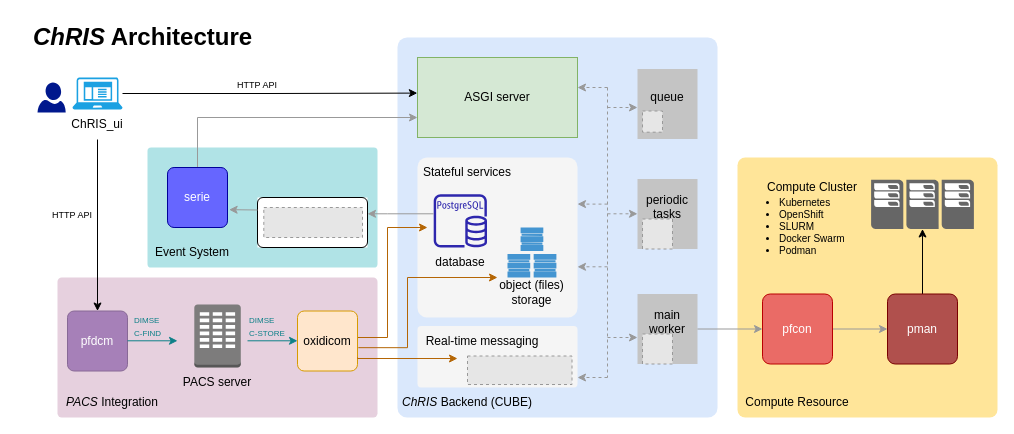
The draw.io diagram static/img/figures/ChRIS_architecture.drawio in FNNDSC/chrisproject.org, before the edit. Source tidied: cells renumbered, new cells numbered last; positions are measured from the earlier drawing's top-left corner, leaving out a move shared by most shapes. Both pictures are drawn from the tidied source at 100%, with x=0, y=0 at pixel (17, 17). Pictures stored in the file or linked from it are replaced by grey dashed boxes.
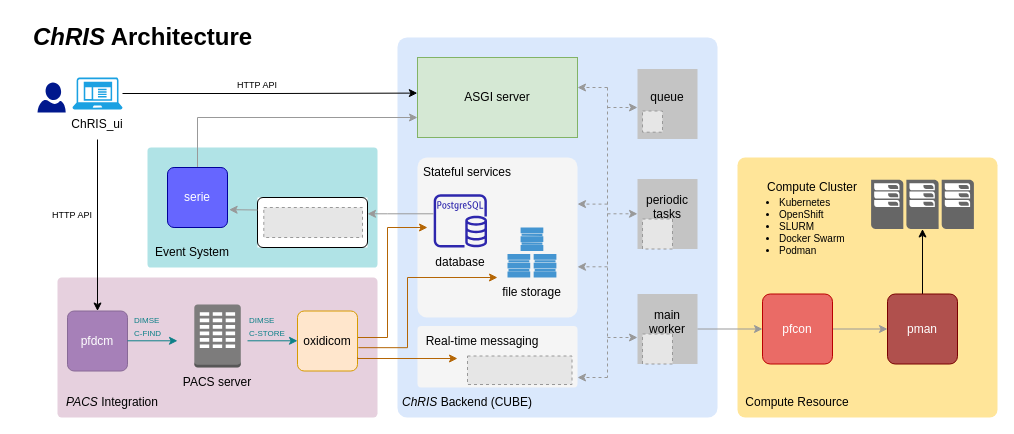
The same page after the edit.

Commit message (it also covers changes not shown here):
Change "object files storage" to just "files storage"

The change refers to these unchanged cells:
```xml
<mxCell id="8" style="group;" parent="1" vertex="1">
  <mxGeometry x="400" y="140" width="160" height="240" as="geometry" />
</mxCell>
```

What changed in the source:
```diff
@@
-    <mxCell id="14" value="object (files) storage" style="text;html=1;strokeColor=none;fillColor=none;align=center;verticalAlign=middle;whiteSpace=wrap;rounded=0;" parent="8" vertex="1">
+    <mxCell id="14" value="file storage" style="text;html=1;strokeColor=none;fillColor=none;align=center;verticalAlign=middle;whiteSpace=wrap;rounded=0;" parent="8" vertex="1">
       <mxGeometry x="68.7" y="120" width="91.4" height="30" as="geometry" />
     </mxCell>
```
